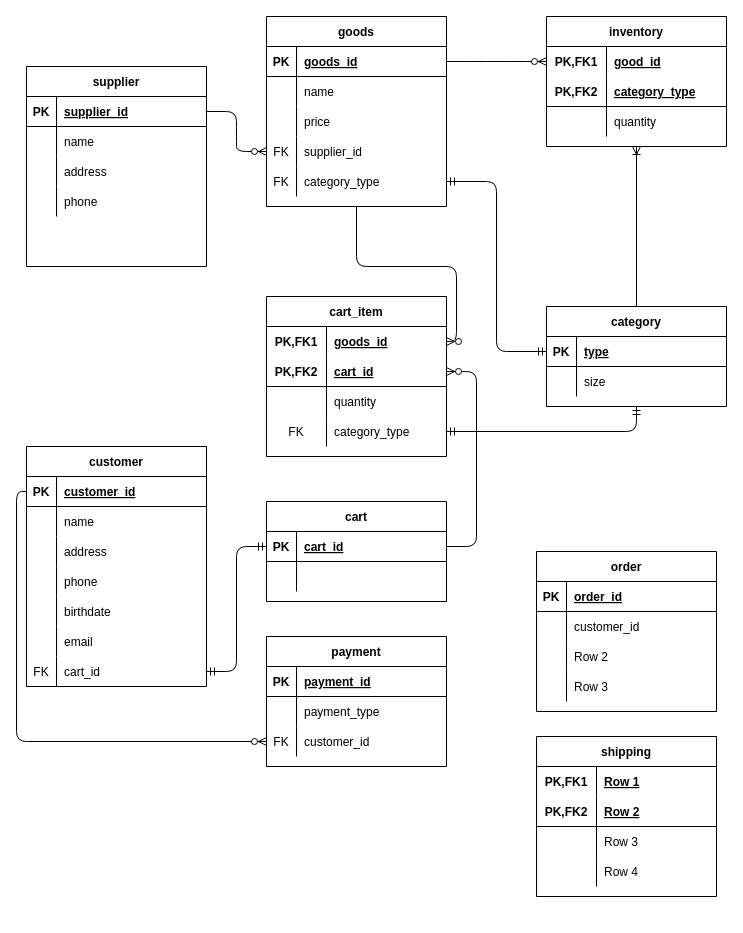
BoshiLee/ecommerce keeps this draw.io diagram as ermodel.drawio. Above is the earlier version. Source tidied: cells renumbered, new cells numbered last; positions are measured from the earlier drawing's top-left corner, leaving out a move shared by most shapes. Both pictures are drawn from the tidied source at 100%, with x=0, y=0 at pixel (26, 16).
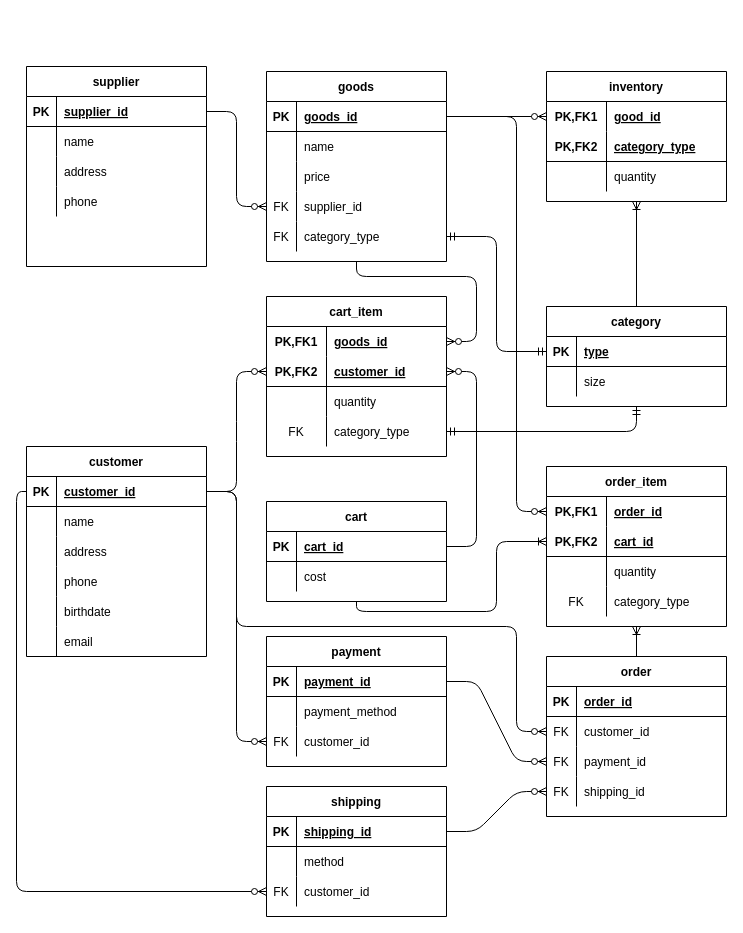
The same page after the edit.

The change refers to these unchanged cells:
```xml
<mxCell id="3" style="shape=partialRectangle;fillColor=none;top=0;left=0;bottom=1;right=0;points=[[0,0.5],[1,0.5]];portConstraint=eastwest;" parent="2" vertex="1">
  <mxGeometry y="30" width="180" height="30" as="geometry" />
</mxCell>
<mxCell id="24" value="payment" style="shape=table;startSize=30;childLayout=tableLayout;rowLines=0;fontStyle=1;align=center;" parent="1" vertex="1">
  <mxGeometry x="240" y="620" width="180" height="130" as="geometry" />
</mxCell>
<mxCell id="25" style="shape=partialRectangle;fillColor=none;top=0;left=0;bottom=1;right=0;points=[[0,0.5],[1,0.5]];portConstraint=eastwest;" parent="24" vertex="1">
  <mxGeometry y="30" width="180" height="30" as="geometry" />
</mxCell>
<mxCell id="28" style="shape=partialRectangle;fillColor=none;top=0;left=0;bottom=0;right=0;" parent="24" vertex="1">
  <mxGeometry y="60" width="180" height="30" as="geometry" />
</mxCell>
<mxCell id="48" style="shape=partialRectangle;fillColor=none;top=0;left=0;bottom=1;right=0;points=[[0,0.5],[1,0.5]];portConstraint=eastwest;" parent="47" vertex="1">
  <mxGeometry y="30" width="180" height="30" as="geometry" />
</mxCell>
<mxCell id="70" value="cart" style="shape=table;startSize=30;childLayout=tableLayout;rowLines=0;fontStyle=1;align=center;" parent="1" vertex="1">
  <mxGeometry x="240" y="485" width="180" height="100" as="geometry" />
</mxCell>
<mxCell id="71" style="shape=partialRectangle;fillColor=none;top=0;left=0;bottom=1;right=0;points=[[0,0.5],[1,0.5]];portConstraint=eastwest;" parent="70" vertex="1">
  <mxGeometry y="30" width="180" height="30" as="geometry" />
</mxCell>
<mxCell id="74" style="shape=partialRectangle;fillColor=none;top=0;left=0;bottom=0;right=0;" parent="70" vertex="1">
  <mxGeometry y="60" width="180" height="30" as="geometry" />
</mxCell>
<mxCell id="81" style="shape=partialRectangle;fillColor=none;top=0;left=0;bottom=0;right=0;points=[[0,0.5],[1,0.5]];portConstraint=eastwest;" parent="77" vertex="1">
  <mxGeometry y="60" width="180" height="30" as="geometry" />
</mxCell>
<mxCell id="93" style="shape=partialRectangle;fillColor=none;top=0;left=0;bottom=0;right=0;points=[[0,0.5],[1,0.5]];portConstraint=eastwest;" parent="92" vertex="1">
  <mxGeometry y="30" width="180" height="30" as="geometry" />
</mxCell>
<mxCell id="96" style="shape=partialRectangle;fillColor=none;top=0;left=0;bottom=1;right=0;points=[[0,0.5],[1,0.5]];portConstraint=eastwest;" parent="92" vertex="1">
  <mxGeometry y="60" width="180" height="30" as="geometry" />
</mxCell>
<mxCell id="109" style="shape=partialRectangle;fillColor=none;top=0;left=0;bottom=0;right=0;points=[[0,0.5],[1,0.5]];portConstraint=eastwest;" parent="108" vertex="1">
  <mxGeometry y="30" width="180" height="30" as="geometry" />
</mxCell>
```

What changed in the source:
```diff
@@
     <mxCell id="2" value="customer" style="shape=table;startSize=30;childLayout=tableLayout;rowLines=0;fontStyle=1;align=center;" parent="1" vertex="1">
-      <mxGeometry y="430" width="180" height="240" as="geometry" />
+      <mxGeometry y="430" width="180" height="210" as="geometry" />
     </mxCell>
@@
-    <mxCell id="21" style="shape=partialRectangle;fillColor=none;top=0;left=0;bottom=0;right=0;points=[[0,0.5],[1,0.5]];portConstraint=eastwest;" parent="2" vertex="1">
-      <mxGeometry y="210" width="180" height="30" as="geometry" />
-    </mxCell>
-    <mxCell id="22" value="FK" style="shape=partialRectangle;fillColor=none;top=0;left=0;bottom=0;right=0;fontStyle=0;overflow=hidden;" parent="21" vertex="1">
-      <mxGeometry width="30" height="30" as="geometry" />
-    </mxCell>
-    <mxCell id="23" value="cart_id" style="shape=partialRectangle;fillColor=none;top=0;left=0;bottom=0;right=0;align=left;spacingLeft=6;fontStyle=0;overflow=hidden;" parent="21" vertex="1">
-      <mxGeometry x="30" width="150" height="30" as="geometry" />
-    </mxCell>
@@
-    <mxCell id="30" value="payment_type" style="shape=partialRectangle;fillColor=none;top=0;left=0;bottom=0;right=0;align=left;spacingLeft=6;overflow=hidden;" parent="28" vertex="1">
+    <mxCell id="30" value="payment_method" style="shape=partialRectangle;fillColor=none;top=0;left=0;bottom=0;right=0;align=left;spacingLeft=6;overflow=hidden;" parent="28" vertex="1">
       <mxGeometry x="30" width="150" height="30" as="geometry" />
     </mxCell>
-    <mxCell id="31" style="shape=partialRectangle;fillColor=none;top=0;left=0;bottom=0;right=0;points=[[0,0.5],[1,0.5]];portConstraint=eastwest;" parent="24" vertex="1">
-      <mxGeometry y="90" width="180" height="30" as="geometry" />
-    </mxCell>
-    <mxCell id="32" value="FK" style="shape=partialRectangle;fillColor=none;top=0;left=0;bottom=0;right=0;fontStyle=0;overflow=hidden;" parent="31" vertex="1">
-      <mxGeometry width="30" height="30" as="geometry" />
-    </mxCell>
-    <mxCell id="33" value="customer_id" style="shape=partialRectangle;fillColor=none;top=0;left=0;bottom=0;right=0;align=left;spacingLeft=6;fontStyle=0;overflow=hidden;" parent="31" vertex="1">
-      <mxGeometry x="30" width="150" height="30" as="geometry" />
-    </mxCell>
+    <mxCell id="135" style="shape=partialRectangle;fillColor=none;top=0;left=0;bottom=0;right=0;points=[[0,0.5],[1,0.5]];portConstraint=eastwest;" parent="24" vertex="1">
+      <mxGeometry y="90" width="180" height="30" as="geometry" />
+    </mxCell>
+    <mxCell id="136" value="FK" style="shape=partialRectangle;fillColor=none;top=0;left=0;bottom=0;right=0;fontStyle=0;overflow=hidden;" parent="135" vertex="1">
+      <mxGeometry width="30" height="30" as="geometry" />
+    </mxCell>
+    <mxCell id="137" value="customer_id" style="shape=partialRectangle;fillColor=none;top=0;left=0;bottom=0;right=0;align=left;spacingLeft=6;fontStyle=0;overflow=hidden;" parent="135" vertex="1">
+      <mxGeometry x="30" width="150" height="30" as="geometry" />
+    </mxCell>
@@
     <mxCell id="47" value="goods" style="shape=table;startSize=30;childLayout=tableLayout;rowLines=0;fontStyle=1;align=center;" parent="1" vertex="1">
-      <mxGeometry x="240" width="180" height="190" as="geometry" />
+      <mxGeometry x="240" y="55" width="180" height="190" as="geometry" />
     </mxCell>
@@
-    <mxCell id="76" style="shape=partialRectangle;fillColor=none;top=0;left=0;bottom=0;right=0;align=left;spacingLeft=6;overflow=hidden;" parent="74" vertex="1">
+    <mxCell id="76" value="cost" style="shape=partialRectangle;fillColor=none;top=0;left=0;bottom=0;right=0;align=left;spacingLeft=6;overflow=hidden;" parent="74" vertex="1">
       <mxGeometry x="30" width="150" height="30" as="geometry" />
     </mxCell>
     <mxCell id="77" value="order" style="shape=table;startSize=30;childLayout=tableLayout;rowLines=0;fontStyle=1;align=center;" parent="1" vertex="1">
-      <mxGeometry x="510" y="535" width="180" height="160" as="geometry" />
+      <mxGeometry x="520" y="640" width="180" height="160" as="geometry" />
     </mxCell>
@@
-    <mxCell id="82" style="shape=partialRectangle;fillColor=none;top=0;left=0;bottom=0;right=0;overflow=hidden;" parent="81" vertex="1">
+    <mxCell id="82" value="FK" style="shape=partialRectangle;fillColor=none;top=0;left=0;bottom=0;right=0;overflow=hidden;" parent="81" vertex="1">
       <mxGeometry width="30" height="30" as="geometry" />
     </mxCell>
@@
+    <mxCell id="87" style="shape=partialRectangle;fillColor=none;top=0;left=0;bottom=0;right=0;points=[[0,0.5],[1,0.5]];portConstraint=eastwest;" parent="77" vertex="1">
+      <mxGeometry y="90" width="180" height="30" as="geometry" />
+    </mxCell>
+    <mxCell id="88" value="FK" style="shape=partialRectangle;fillColor=none;top=0;left=0;bottom=0;right=0;overflow=hidden;" parent="87" vertex="1">
+      <mxGeometry width="30" height="30" as="geometry" />
+    </mxCell>
+    <mxCell id="89" value="payment_id" style="shape=partialRectangle;fillColor=none;top=0;left=0;bottom=0;right=0;align=left;spacingLeft=6;overflow=hidden;" parent="87" vertex="1">
+      <mxGeometry x="30" width="150" height="30" as="geometry" />
+    </mxCell>
     <mxCell id="84" style="shape=partialRectangle;fillColor=none;top=0;left=0;bottom=0;right=0;points=[[0,0.5],[1,0.5]];portConstraint=eastwest;" parent="77" vertex="1">
-      <mxGeometry y="90" width="180" height="30" as="geometry" />
+      <mxGeometry y="120" width="180" height="30" as="geometry" />
     </mxCell>
-    <mxCell id="85" style="shape=partialRectangle;fillColor=none;top=0;left=0;bottom=0;right=0;overflow=hidden;" parent="84" vertex="1">
+    <mxCell id="85" value="FK" style="shape=partialRectangle;fillColor=none;top=0;left=0;bottom=0;right=0;overflow=hidden;" parent="84" vertex="1">
       <mxGeometry width="30" height="30" as="geometry" />
     </mxCell>
-    <mxCell id="86" value="Row 2" style="shape=partialRectangle;fillColor=none;top=0;left=0;bottom=0;right=0;align=left;spacingLeft=6;overflow=hidden;" parent="84" vertex="1">
+    <mxCell id="86" value="shipping_id" style="shape=partialRectangle;fillColor=none;top=0;left=0;bottom=0;right=0;align=left;spacingLeft=6;overflow=hidden;" parent="84" vertex="1">
       <mxGeometry x="30" width="150" height="30" as="geometry" />
     </mxCell>
-    <mxCell id="87" style="shape=partialRectangle;fillColor=none;top=0;left=0;bottom=0;right=0;points=[[0,0.5],[1,0.5]];portConstraint=eastwest;" parent="77" vertex="1">
-      <mxGeometry y="120" width="180" height="30" as="geometry" />
-    </mxCell>
-    <mxCell id="88" style="shape=partialRectangle;fillColor=none;top=0;left=0;bottom=0;right=0;overflow=hidden;" parent="87" vertex="1">
-      <mxGeometry width="30" height="30" as="geometry" />
-    </mxCell>
-    <mxCell id="89" value="Row 3" style="shape=partialRectangle;fillColor=none;top=0;left=0;bottom=0;right=0;align=left;spacingLeft=6;overflow=hidden;" parent="87" vertex="1">
-      <mxGeometry x="30" width="150" height="30" as="geometry" />
-    </mxCell>
-    <mxCell id="90" style="edgeStyle=entityRelationEdgeStyle;fontSize=12;html=1;endArrow=ERmandOne;startArrow=ERmandOne;exitX=1;exitY=0.5;exitDx=0;exitDy=0;entryX=0;entryY=0.5;entryDx=0;entryDy=0;" parent="1" edge="1" source="21" target="71">
-      <mxGeometry relative="1" as="geometry" />
-    </mxCell>
-    <mxCell id="91" style="edgeStyle=orthogonalEdgeStyle;fontSize=12;html=1;endArrow=ERzeroToMany;endFill=1;entryX=0;entryY=0.5;entryDx=0;entryDy=0;exitX=0;exitY=0.5;exitDx=0;exitDy=0;" parent="1" edge="1" source="3" target="31">
-      <mxGeometry relative="1" as="geometry" />
-    </mxCell>
@@
-    <mxCell id="98" value="cart_id" style="shape=partialRectangle;fillColor=none;top=0;left=0;bottom=0;right=0;align=left;spacingLeft=6;fontStyle=5;overflow=hidden;" parent="96" vertex="1">
+    <mxCell id="98" value="customer_id" style="shape=partialRectangle;fillColor=none;top=0;left=0;bottom=0;right=0;align=left;spacingLeft=6;fontStyle=5;overflow=hidden;" parent="96" vertex="1">
       <mxGeometry x="60" width="120" height="30" as="geometry" />
     </mxCell>
@@
     <mxCell id="106" style="edgeStyle=orthogonalEdgeStyle;fontSize=12;html=1;endArrow=ERzeroToMany;endFill=1;entryX=1;entryY=0.5;entryDx=0;entryDy=0;exitX=0.5;exitY=1;exitDx=0;exitDy=0;" parent="1" edge="1" source="47" target="93">
-      <mxGeometry relative="1" as="geometry" />
+      <mxGeometry relative="1" as="geometry">
+        <Array as="points">
+          <mxPoint x="330" y="260" />
+          <mxPoint x="450" y="260" />
+          <mxPoint x="450" y="325" />
+        </Array>
+      </mxGeometry>
     </mxCell>
@@
     <mxCell id="108" value="inventory" style="shape=table;startSize=30;childLayout=tableLayout;rowLines=0;fontStyle=1;align=center;" parent="1" vertex="1">
-      <mxGeometry x="520" width="180" height="130" as="geometry" />
+      <mxGeometry x="520" y="55" width="180" height="130" as="geometry" />
     </mxCell>
@@
-    <mxCell id="120" style="edgeStyle=entityRelationEdgeStyle;fontSize=12;html=1;endArrow=ERzeroToMany;endFill=1;entryX=0;entryY=0.5;entryDx=0;entryDy=0;exitX=1;exitY=0.5;exitDx=0;exitDy=0;" parent="1" edge="1" source="48" target="109">
+    <mxCell id="120" style="edgeStyle=orthogonalEdgeStyle;fontSize=12;html=1;endArrow=ERzeroToMany;endFill=1;entryX=0;entryY=0.5;entryDx=0;entryDy=0;exitX=1;exitY=0.5;exitDx=0;exitDy=0;" parent="1" edge="1" source="48" target="109">
       <mxGeometry relative="1" as="geometry" />
     </mxCell>
@@
-    <mxCell id="122" value="shipping" style="shape=table;startSize=30;childLayout=tableLayout;rowLines=0;fontStyle=1;align=center;" parent="1" vertex="1">
-      <mxGeometry x="510" y="720" width="180" height="160" as="geometry" />
-    </mxCell>
+    <mxCell id="138" style="edgeStyle=entityRelationEdgeStyle;fontSize=12;html=1;endArrow=ERzeroToMany;endFill=1;entryX=0;entryY=0.5;entryDx=0;entryDy=0;exitX=1;exitY=0.5;exitDx=0;exitDy=0;" parent="1" edge="1" source="3" target="96">
+      <mxGeometry relative="1" as="geometry" />
+    </mxCell>
+    <mxCell id="139" value="order_item" style="shape=table;startSize=30;childLayout=tableLayout;rowLines=0;fontStyle=1;align=center;" parent="1" vertex="1">
+      <mxGeometry x="520" y="450" width="180" height="160" as="geometry" />
+    </mxCell>
-    <mxCell id="123" style="shape=partialRectangle;fillColor=none;top=0;left=0;bottom=0;right=0;points=[[0,0.5],[1,0.5]];portConstraint=eastwest;" parent="122" vertex="1">
+    <mxCell id="123" style="shape=partialRectangle;fillColor=none;top=0;left=0;bottom=0;right=0;points=[[0,0.5],[1,0.5]];portConstraint=eastwest;" parent="139" vertex="1">
       <mxGeometry y="30" width="180" height="30" as="geometry" />
     </mxCell>
@@
-    <mxCell id="125" value="Row 1" style="shape=partialRectangle;fillColor=none;top=0;left=0;bottom=0;right=0;align=left;spacingLeft=6;fontStyle=5;overflow=hidden;" parent="123" vertex="1">
-      <mxGeometry x="60" width="120" height="30" as="geometry" />
-    </mxCell>
+    <mxCell id="140" value="order_id" style="shape=partialRectangle;fillColor=none;top=0;left=0;bottom=0;right=0;align=left;spacingLeft=6;fontStyle=5;overflow=hidden;" parent="123" vertex="1">
+      <mxGeometry x="60" width="120" height="30" as="geometry" />
+    </mxCell>
-    <mxCell id="126" style="shape=partialRectangle;fillColor=none;top=0;left=0;bottom=1;right=0;points=[[0,0.5],[1,0.5]];portConstraint=eastwest;" parent="122" vertex="1">
+    <mxCell id="126" style="shape=partialRectangle;fillColor=none;top=0;left=0;bottom=1;right=0;points=[[0,0.5],[1,0.5]];portConstraint=eastwest;" parent="139" vertex="1">
       <mxGeometry y="60" width="180" height="30" as="geometry" />
     </mxCell>
@@
-    <mxCell id="128" value="Row 2" style="shape=partialRectangle;fillColor=none;top=0;left=0;bottom=0;right=0;align=left;spacingLeft=6;fontStyle=5;overflow=hidden;" parent="126" vertex="1">
-      <mxGeometry x="60" width="120" height="30" as="geometry" />
-    </mxCell>
-    <mxCell id="129" style="shape=partialRectangle;fillColor=none;top=0;left=0;bottom=0;right=0;" parent="122" vertex="1">
-      <mxGeometry y="90" width="180" height="30" as="geometry" />
-    </mxCell>
-    <mxCell id="130" style="shape=partialRectangle;fillColor=none;top=0;left=0;bottom=0;right=0;overflow=hidden;" parent="129" vertex="1">
-      <mxGeometry width="60" height="30" as="geometry" />
-    </mxCell>
-    <mxCell id="131" value="Row 3" style="shape=partialRectangle;fillColor=none;top=0;left=0;bottom=0;right=0;align=left;spacingLeft=6;overflow=hidden;" parent="129" vertex="1">
-      <mxGeometry x="60" width="120" height="30" as="geometry" />
-    </mxCell>
-    <mxCell id="132" style="shape=partialRectangle;fillColor=none;top=0;left=0;bottom=0;right=0;" parent="122" vertex="1">
-      <mxGeometry y="120" width="180" height="30" as="geometry" />
-    </mxCell>
-    <mxCell id="133" style="shape=partialRectangle;fillColor=none;top=0;left=0;bottom=0;right=0;overflow=hidden;" parent="132" vertex="1">
-      <mxGeometry width="60" height="30" as="geometry" />
-    </mxCell>
-    <mxCell id="134" value="Row 4" style="shape=partialRectangle;fillColor=none;top=0;left=0;bottom=0;right=0;align=left;spacingLeft=6;overflow=hidden;" parent="132" vertex="1">
-      <mxGeometry x="60" width="120" height="30" as="geometry" />
-    </mxCell>
+    <mxCell id="23" value="cart_id" style="shape=partialRectangle;fillColor=none;top=0;left=0;bottom=0;right=0;align=left;spacingLeft=6;fontStyle=5;overflow=hidden;" parent="126" vertex="1">
+      <mxGeometry x="60" width="120" height="30" as="geometry" />
+    </mxCell>
+    <mxCell id="141" style="shape=partialRectangle;fillColor=none;top=0;left=0;bottom=0;right=0;" parent="139" vertex="1">
+      <mxGeometry y="90" width="180" height="30" as="geometry" />
+    </mxCell>
+    <mxCell id="142" style="shape=partialRectangle;fillColor=none;top=0;left=0;bottom=0;right=0;overflow=hidden;" parent="141" vertex="1">
+      <mxGeometry width="60" height="30" as="geometry" />
+    </mxCell>
+    <mxCell id="143" value="quantity" style="shape=partialRectangle;fillColor=none;top=0;left=0;bottom=0;right=0;align=left;spacingLeft=6;overflow=hidden;" parent="141" vertex="1">
+      <mxGeometry x="60" width="120" height="30" as="geometry" />
+    </mxCell>
+    <mxCell id="144" style="shape=partialRectangle;fillColor=none;top=0;left=0;bottom=0;right=0;dashed=1;" parent="139" vertex="1">
+      <mxGeometry y="120" width="180" height="30" as="geometry" />
+    </mxCell>
+    <mxCell id="145" value="FK" style="shape=partialRectangle;fillColor=none;top=0;left=0;bottom=0;right=0;fontStyle=0;overflow=hidden;" parent="144" vertex="1">
+      <mxGeometry width="60" height="30" as="geometry" />
+    </mxCell>
+    <mxCell id="146" value="category_type" style="shape=partialRectangle;fillColor=none;top=0;left=0;bottom=0;right=0;align=left;spacingLeft=6;fontStyle=0;overflow=hidden;" parent="144" vertex="1">
+      <mxGeometry x="60" width="120" height="30" as="geometry" />
+    </mxCell>
+    <mxCell id="147" style="edgeStyle=orthogonalEdgeStyle;fontSize=12;html=1;endArrow=ERoneToMany;exitX=0.5;exitY=1;exitDx=0;exitDy=0;entryX=0;entryY=0.5;entryDx=0;entryDy=0;" parent="1" edge="1" source="70" target="126">
+      <mxGeometry relative="1" as="geometry" />
+    </mxCell>
+    <mxCell id="148" style="edgeStyle=orthogonalEdgeStyle;fontSize=12;html=1;endArrow=ERzeroToMany;endFill=1;entryX=0;entryY=0.5;entryDx=0;entryDy=0;exitX=1;exitY=0.5;exitDx=0;exitDy=0;" parent="1" edge="1" source="48" target="123">
+      <mxGeometry relative="1" as="geometry">
+        <Array as="points">
+          <mxPoint x="490" y="100" />
+          <mxPoint x="490" y="495" />
+        </Array>
+      </mxGeometry>
+    </mxCell>
+    <mxCell id="149" style="fontSize=12;html=1;endArrow=ERoneToMany;entryX=0.5;entryY=1;entryDx=0;entryDy=0;exitX=0.5;exitY=0;exitDx=0;exitDy=0;" parent="1" edge="1" source="77" target="139">
+      <mxGeometry relative="1" as="geometry" />
+    </mxCell>
+    <mxCell id="122" value="shipping" style="shape=table;startSize=30;childLayout=tableLayout;rowLines=0;fontStyle=1;align=center;" parent="1" vertex="1">
+      <mxGeometry x="240" y="770" width="180" height="130" as="geometry" />
+    </mxCell>
+    <mxCell id="150" style="shape=partialRectangle;fillColor=none;top=0;left=0;bottom=1;right=0;points=[[0,0.5],[1,0.5]];portConstraint=eastwest;" parent="122" vertex="1">
+      <mxGeometry y="30" width="180" height="30" as="geometry" />
+    </mxCell>
+    <mxCell id="151" value="PK" style="shape=partialRectangle;fillColor=none;top=0;left=0;bottom=0;right=0;fontStyle=1;overflow=hidden;" parent="150" vertex="1">
+      <mxGeometry width="30" height="30" as="geometry" />
+    </mxCell>
+    <mxCell id="152" value="shipping_id" style="shape=partialRectangle;fillColor=none;top=0;left=0;bottom=0;right=0;align=left;spacingLeft=6;fontStyle=5;overflow=hidden;" parent="150" vertex="1">
+      <mxGeometry x="30" width="150" height="30" as="geometry" />
+    </mxCell>
+    <mxCell id="153" style="shape=partialRectangle;fillColor=none;top=0;left=0;bottom=0;right=0;" parent="122" vertex="1">
+      <mxGeometry y="60" width="180" height="30" as="geometry" />
+    </mxCell>
+    <mxCell id="154" style="shape=partialRectangle;fillColor=none;top=0;left=0;bottom=0;right=0;overflow=hidden;" parent="153" vertex="1">
+      <mxGeometry width="30" height="30" as="geometry" />
+    </mxCell>
+    <mxCell id="155" value="method" style="shape=partialRectangle;fillColor=none;top=0;left=0;bottom=0;right=0;align=left;spacingLeft=6;overflow=hidden;" parent="153" vertex="1">
+      <mxGeometry x="30" width="150" height="30" as="geometry" />
+    </mxCell>
+    <mxCell id="156" style="shape=partialRectangle;fillColor=none;top=0;left=0;bottom=0;right=0;points=[[0,0.5],[1,0.5]];portConstraint=eastwest;" parent="122" vertex="1">
+      <mxGeometry y="90" width="180" height="30" as="geometry" />
+    </mxCell>
+    <mxCell id="157" value="FK" style="shape=partialRectangle;fillColor=none;top=0;left=0;bottom=0;right=0;fontStyle=0;overflow=hidden;" parent="156" vertex="1">
+      <mxGeometry width="30" height="30" as="geometry" />
+    </mxCell>
+    <mxCell id="158" value="customer_id" style="shape=partialRectangle;fillColor=none;top=0;left=0;bottom=0;right=0;align=left;spacingLeft=6;fontStyle=0;overflow=hidden;" parent="156" vertex="1">
+      <mxGeometry x="30" width="150" height="30" as="geometry" />
+    </mxCell>
+    <mxCell id="159" style="fontSize=12;html=1;endArrow=ERzeroToMany;endFill=1;entryX=0;entryY=0.5;entryDx=0;entryDy=0;exitX=0;exitY=0.5;exitDx=0;exitDy=0;edgeStyle=orthogonalEdgeStyle;" parent="1" edge="1" source="3" target="156">
+      <mxGeometry relative="1" as="geometry" />
+    </mxCell>
+    <mxCell id="160" style="edgeStyle=orthogonalEdgeStyle;fontSize=12;html=1;endArrow=ERzeroToMany;endFill=1;exitX=1;exitY=0.5;exitDx=0;exitDy=0;entryX=0;entryY=0.5;entryDx=0;entryDy=0;" parent="1" edge="1" source="3" target="135">
+      <mxGeometry relative="1" as="geometry" />
+    </mxCell>
+    <mxCell id="161" style="edgeStyle=entityRelationEdgeStyle;fontSize=12;html=1;endArrow=ERzeroToMany;endFill=1;entryX=0;entryY=0.5;entryDx=0;entryDy=0;exitX=1;exitY=0.5;exitDx=0;exitDy=0;" parent="1" edge="1" source="25" target="87">
+      <mxGeometry relative="1" as="geometry" />
+    </mxCell>
+    <mxCell id="162" style="edgeStyle=entityRelationEdgeStyle;fontSize=12;html=1;endArrow=ERzeroToMany;endFill=1;entryX=0;entryY=0.5;entryDx=0;entryDy=0;exitX=1;exitY=0.5;exitDx=0;exitDy=0;" parent="1" edge="1" source="150" target="84">
+      <mxGeometry relative="1" as="geometry" />
+    </mxCell>
+    <mxCell id="163" style="fontSize=12;html=1;endArrow=ERzeroToMany;endFill=1;entryX=0;entryY=0.5;entryDx=0;entryDy=0;edgeStyle=orthogonalEdgeStyle;" parent="1" edge="1" source="3" target="81">
+      <mxGeometry relative="1" as="geometry">
+        <Array as="points">
+          <mxPoint x="210" y="475" />
+          <mxPoint x="210" y="610" />
+          <mxPoint x="490" y="610" />
+          <mxPoint x="490" y="715" />
+        </Array>
+      </mxGeometry>
+    </mxCell>
```
